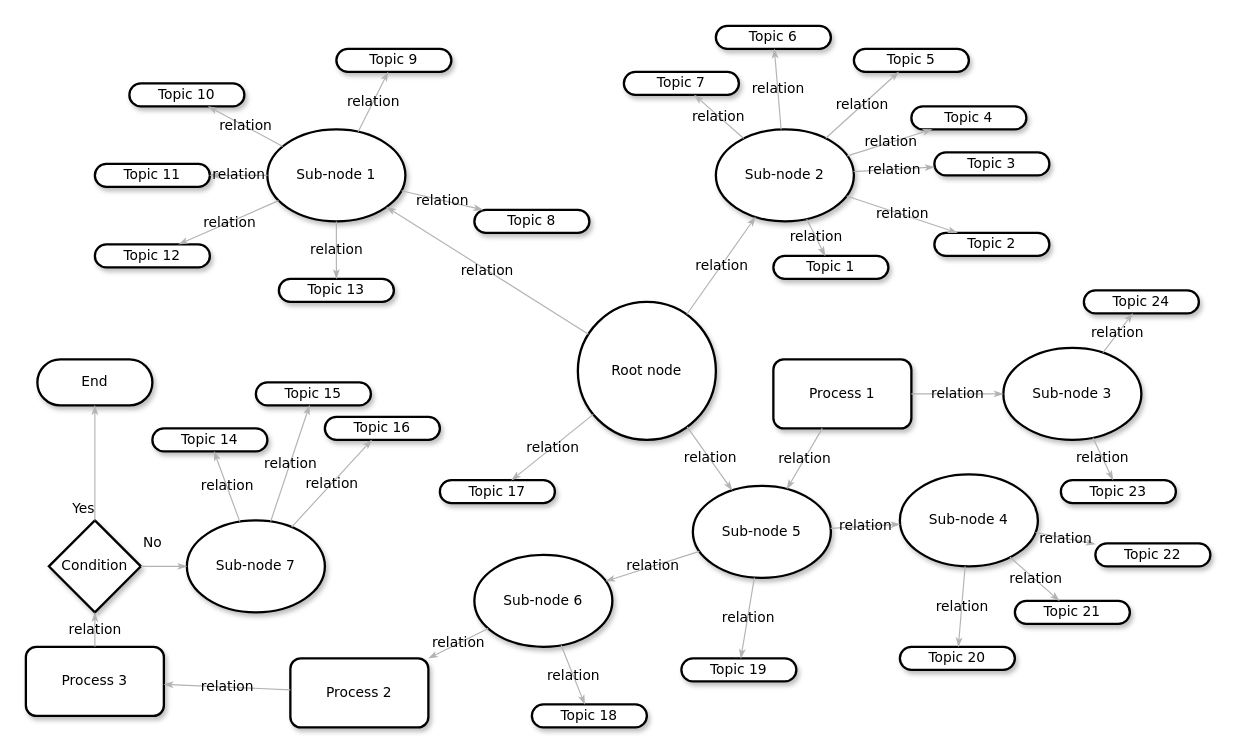
Before: mapa mental/Diagrama sin título.drawio in eynarledezma/driver-krysia, a draw.io diagram. Source tidied: cells renumbered, new cells numbered last; positions are measured from the earlier drawing's top-left corner, leaving out a move shared by most shapes. Both pictures are drawn from the tidied source at 115%, with x=0, y=0 at pixel (25, 25).
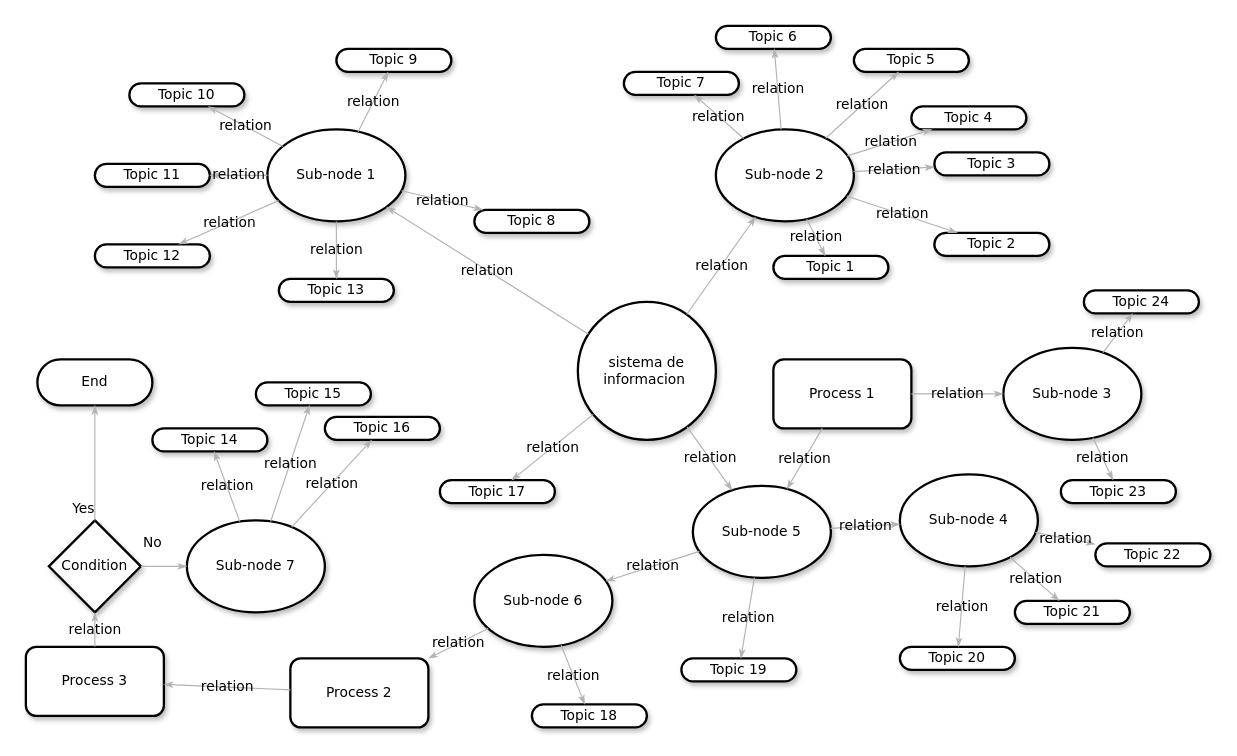
Above is the later version.

The edit, as a diff of the source:
```diff
@@
-    <mxCell id="5" value="Root node" style="ellipse;whiteSpace=wrap;html=1;rounded=1;shadow=1;comic=0;labelBackgroundColor=none;strokeWidth=2;fontFamily=Verdana;fontSize=12;align=center;" parent="1" vertex="1">
+    <mxCell id="5" value="sistema de informacion&amp;nbsp;" style="ellipse;whiteSpace=wrap;html=1;rounded=1;shadow=1;comic=0;labelBackgroundColor=none;strokeWidth=2;fontFamily=Verdana;fontSize=12;align=center;" parent="1" vertex="1">
       <mxGeometry x="480" y="240" width="120" height="120" as="geometry" />
     </mxCell>
```
